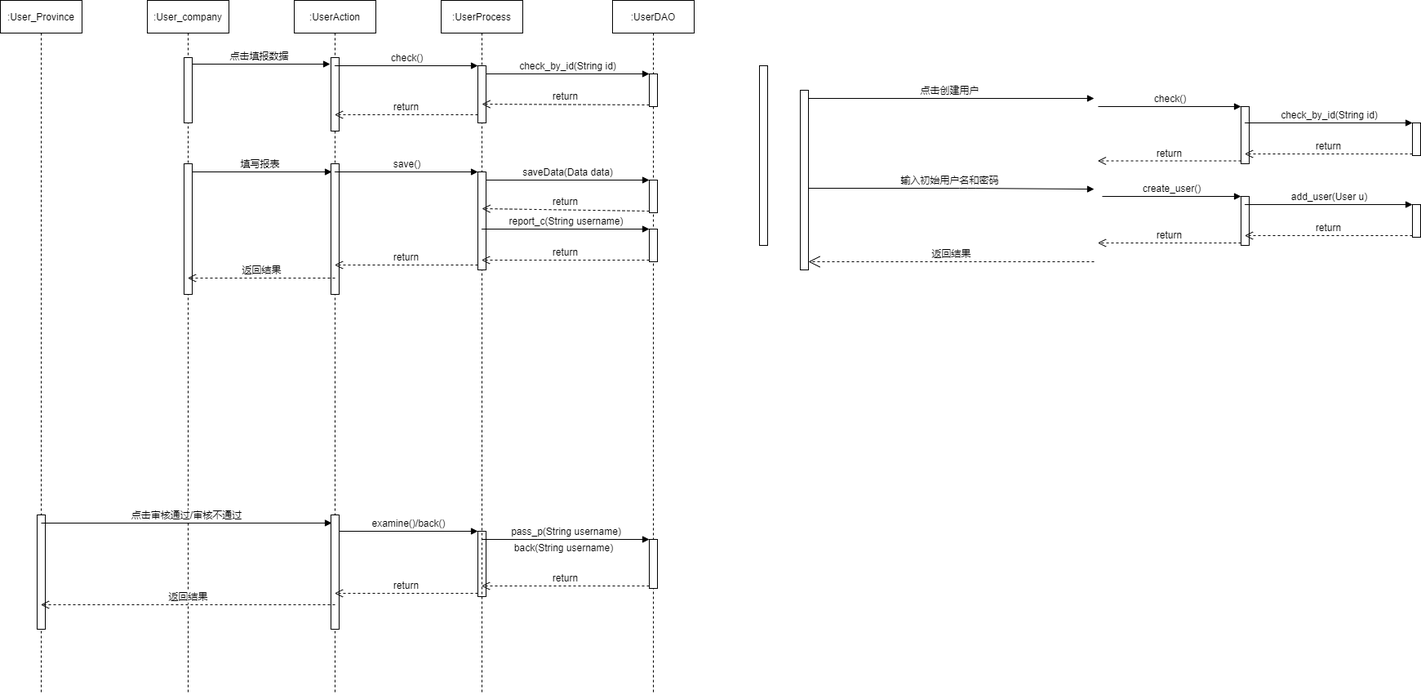
This is 顺序图 的副本.png from lzhenbit/Dictionary, a draw.io export, as it was before one commit. Source tidied: cells renumbered, new cells last; positions are measured from the earlier drawing's top-left corner, leaving out a move shared by most shapes.
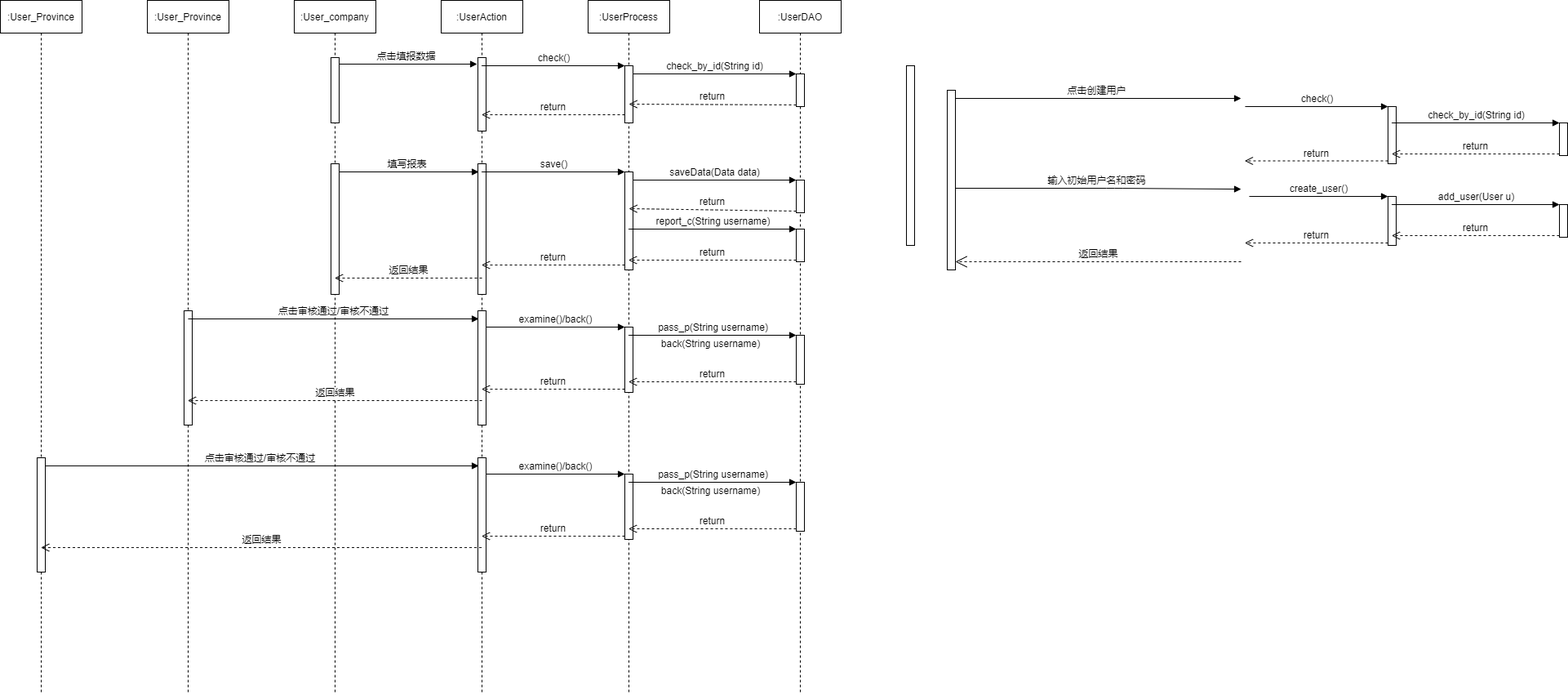
After the commit.

Commit message:
更新顺序图 的副本.png

Change to the diagram source:
```diff
@@ -2,6 +2,15 @@
   <root>
     <mxCell id="0" />
     <mxCell id="1" parent="0" />
+    <mxCell id="19" value=":UserProcess" style="shape=umlLifeline;perimeter=lifelinePerimeter;whiteSpace=wrap;html=1;" parent="1" vertex="1">
+      <mxGeometry x="540" width="100" height="850" as="geometry" />
+    </mxCell>
+    <mxCell id="20" style="html=1;points=[];perimeter=orthogonalPerimeter;" parent="19" vertex="1">
+      <mxGeometry x="45" y="80" width="10" height="70" as="geometry" />
+    </mxCell>
+    <mxCell id="21" style="html=1;points=[];perimeter=orthogonalPerimeter;" parent="19" vertex="1">
+      <mxGeometry x="45" y="210" width="10" height="120" as="geometry" />
+    </mxCell>
     <mxCell id="2" value="填写报表" style="html=1;verticalAlign=bottom;endArrow=block;" parent="1" edge="1">
       <mxGeometry relative="1" as="geometry">
         <mxPoint x="230" y="210" as="sourcePoint" />
@@ -17,7 +26,7 @@
       <mxGeometry width="100" height="850" as="geometry" />
     </mxCell>
     <mxCell id="5" style="html=1;perimeter=orthogonalPerimeter;" parent="4" vertex="1">
-      <mxGeometry x="45" y="630" width="10" height="140" as="geometry" />
+      <mxGeometry x="45" y="380" width="10" height="140" as="geometry" />
     </mxCell>
     <mxCell id="6" value=":User_company" style="shape=umlLifeline;perimeter=lifelinePerimeter;whiteSpace=wrap;html=1;" parent="1" vertex="1">
       <mxGeometry x="180" width="100" height="850" as="geometry" />
@@ -38,41 +47,35 @@
       <mxGeometry x="45" y="200" width="10" height="160" as="geometry" />
     </mxCell>
     <mxCell id="12" style="html=1;points=[];perimeter=orthogonalPerimeter;" parent="9" vertex="1">
-      <mxGeometry x="45" y="630" width="10" height="140" as="geometry" />
+      <mxGeometry x="45" y="380" width="10" height="140" as="geometry" />
     </mxCell>
     <mxCell id="13" style="html=1;points=[];perimeter=orthogonalPerimeter;" parent="9" vertex="1">
-      <mxGeometry x="225" y="650" width="10" height="80" as="geometry" />
+      <mxGeometry x="225" y="400" width="10" height="80" as="geometry" />
     </mxCell>
     <mxCell id="14" value="&lt;span lang=&quot;EN-US&quot;&gt;&lt;font style=&quot;font-size: 12px&quot;&gt;&lt;span lang=&quot;EN-US&quot;&gt;examine()&lt;/span&gt;/back()&lt;/font&gt;&lt;/span&gt;" style="html=1;verticalAlign=bottom;endArrow=block;entryX=0;entryY=0;" parent="9" edge="1" source="12" target="13">
       <mxGeometry relative="1" as="geometry" />
     </mxCell>
     <mxCell id="15" value="return" style="html=1;verticalAlign=bottom;endArrow=open;dashed=1;endSize=8;exitX=0;exitY=0.95;" parent="9" edge="1" source="13">
       <mxGeometry relative="1" as="geometry">
-        <mxPoint x="49.5" y="726" as="targetPoint" />
+        <mxPoint x="49.5" y="476" as="targetPoint" />
       </mxGeometry>
     </mxCell>
     <mxCell id="16" value="return" style="html=1;verticalAlign=bottom;endArrow=open;dashed=1;endSize=8;exitX=0;exitY=0.95;" parent="9" edge="1" source="26">
       <mxGeometry relative="1" as="geometry">
-        <mxPoint x="229.5" y="717" as="targetPoint" />
+        <mxPoint x="229.5" y="467" as="targetPoint" />
       </mxGeometry>
     </mxCell>
     <mxCell id="17" value="&lt;span lang=&quot;EN-US&quot;&gt;&lt;font style=&quot;font-size: 12px&quot;&gt;pass_p(String username)&lt;/font&gt;&lt;/span&gt;" style="html=1;verticalAlign=bottom;endArrow=block;entryX=0;entryY=0;" parent="9" edge="1" target="26">
       <mxGeometry relative="1" as="geometry">
-        <mxPoint x="229.5" y="660" as="sourcePoint" />
+        <mxPoint x="229.5" y="410" as="sourcePoint" />
       </mxGeometry>
     </mxCell>
     <mxCell id="18" value="&lt;span lang=&quot;EN-US&quot;&gt;&lt;font style=&quot;font-size: 12px&quot;&gt;back(String username)&lt;/font&gt;&lt;/span&gt;" style="text;html=1;align=center;verticalAlign=middle;" parent="9" vertex="1">
-      <mxGeometry x="260" y="660" width="140" height="20" as="geometry" />
+      <mxGeometry x="260" y="410" width="140" height="20" as="geometry" />
     </mxCell>
-    <mxCell id="19" value=":UserProcess" style="shape=umlLifeline;perimeter=lifelinePerimeter;whiteSpace=wrap;html=1;" parent="1" vertex="1">
-      <mxGeometry x="540" width="100" height="850" as="geometry" />
-    </mxCell>
-    <mxCell id="20" style="html=1;points=[];perimeter=orthogonalPerimeter;" parent="19" vertex="1">
-      <mxGeometry x="45" y="80" width="10" height="70" as="geometry" />
-    </mxCell>
-    <mxCell id="21" style="html=1;points=[];perimeter=orthogonalPerimeter;" parent="19" vertex="1">
-      <mxGeometry x="45" y="210" width="10" height="120" as="geometry" />
-    </mxCell>
+    <mxCell id="57" style="html=1;points=[];perimeter=orthogonalPerimeter;" parent="9" vertex="1">
+      <mxGeometry x="45" y="560" width="10" height="140" as="geometry" />
+    </mxCell>
     <mxCell id="22" value=":UserDAO" style="shape=umlLifeline;perimeter=lifelinePerimeter;whiteSpace=wrap;html=1;" parent="1" vertex="1">
       <mxGeometry x="750" width="100" height="850" as="geometry" />
     </mxCell>
@@ -86,7 +89,7 @@
       <mxGeometry x="45" y="280" width="10" height="40" as="geometry" />
     </mxCell>
     <mxCell id="26" style="html=1;points=[];perimeter=orthogonalPerimeter;" parent="22" vertex="1">
-      <mxGeometry x="45" y="660" width="10" height="60" as="geometry" />
+      <mxGeometry x="45" y="410" width="10" height="60" as="geometry" />
     </mxCell>
     <mxCell id="27" value="&lt;span lang=&quot;EN-US&quot;&gt;&lt;font style=&quot;font-size: 12px&quot;&gt;check()&lt;/font&gt;&lt;/span&gt;" style="html=1;verticalAlign=bottom;endArrow=block;entryX=0;entryY=0;" parent="1" edge="1" target="20">
       <mxGeometry relative="1" as="geometry">
@@ -147,12 +150,13 @@
     </mxCell>
     <mxCell id="38" value="点击审核通过/审核不通过" style="html=1;verticalAlign=bottom;endArrow=block;entryX=0.1;entryY=0.071;entryDx=0;entryDy=0;entryPerimeter=0;" parent="1" edge="1" target="12">
       <mxGeometry relative="1" as="geometry">
-        <mxPoint x="50" y="640" as="sourcePoint" />
+        <mxPoint x="50" y="390" as="sourcePoint" />
       </mxGeometry>
     </mxCell>
-    <mxCell id="39" value="返回结果" style="html=1;verticalAlign=bottom;endArrow=open;dashed=1;endSize=8;" parent="1" edge="1" target="4">
+    <mxCell id="39" value="返回结果" style="html=1;verticalAlign=bottom;endArrow=open;dashed=1;endSize=8;" parent="1" edge="1">
       <mxGeometry relative="1" as="geometry">
-        <mxPoint x="410" y="740" as="sourcePoint" />
+        <mxPoint x="410" y="490" as="sourcePoint" />
+        <mxPoint x="49.5" y="490" as="targetPoint" />
       </mxGeometry>
     </mxCell>
     <mxCell id="40" value="输入初始用户名和密码" style="html=1;verticalAlign=bottom;startArrow=oval;startFill=1;endArrow=block;startSize=8;entryX=0;entryY=0.505;entryDx=0;entryDy=0;entryPerimeter=0;" parent="1" edge="1">
@@ -236,5 +240,46 @@
     <mxCell id="56" style="html=1;perimeter=orthogonalPerimeter;" parent="1" vertex="1">
       <mxGeometry x="930" y="80" width="10" height="220" as="geometry" />
     </mxCell>
+    <mxCell id="58" value="点击审核通过/审核不通过" style="html=1;verticalAlign=bottom;endArrow=block;entryX=0.1;entryY=0.071;entryDx=0;entryDy=0;entryPerimeter=0;" parent="1" edge="1" source="59" target="57">
+      <mxGeometry relative="1" as="geometry" />
+    </mxCell>
+    <mxCell id="59" value=":User_Province" style="shape=umlLifeline;perimeter=lifelinePerimeter;whiteSpace=wrap;html=1;outlineConnect=0;" parent="1" vertex="1">
+      <mxGeometry x="-180" width="100" height="850" as="geometry" />
+    </mxCell>
+    <mxCell id="60" style="html=1;perimeter=orthogonalPerimeter;" parent="59" vertex="1">
+      <mxGeometry x="45" y="560" width="10" height="140" as="geometry" />
+    </mxCell>
+    <mxCell id="61" value="返回结果" style="html=1;verticalAlign=bottom;endArrow=open;dashed=1;endSize=8;" parent="1" edge="1" source="9">
+      <mxGeometry relative="1" as="geometry">
+        <mxPoint x="-130.2" y="670" as="targetPoint" />
+      </mxGeometry>
+    </mxCell>
+    <mxCell id="62" style="html=1;points=[];perimeter=orthogonalPerimeter;" parent="1" vertex="1">
+      <mxGeometry x="585" y="580" width="10" height="80" as="geometry" />
+    </mxCell>
+    <mxCell id="63" value="&lt;span lang=&quot;EN-US&quot;&gt;&lt;font style=&quot;font-size: 12px&quot;&gt;&lt;span lang=&quot;EN-US&quot;&gt;examine()&lt;/span&gt;/back()&lt;/font&gt;&lt;/span&gt;" style="html=1;verticalAlign=bottom;endArrow=block;entryX=0;entryY=0;" parent="1" edge="1" source="57" target="62">
+      <mxGeometry relative="1" as="geometry" />
+    </mxCell>
+    <mxCell id="64" value="return" style="html=1;verticalAlign=bottom;endArrow=open;dashed=1;endSize=8;exitX=0;exitY=0.95;" parent="1" edge="1" source="62">
+      <mxGeometry relative="1" as="geometry">
+        <mxPoint x="409.5" y="656" as="targetPoint" />
+      </mxGeometry>
+    </mxCell>
+    <mxCell id="65" value="return" style="html=1;verticalAlign=bottom;endArrow=open;dashed=1;endSize=8;exitX=0;exitY=0.95;" parent="1" edge="1" source="68">
+      <mxGeometry relative="1" as="geometry">
+        <mxPoint x="589.5" y="647" as="targetPoint" />
+      </mxGeometry>
+    </mxCell>
+    <mxCell id="66" value="&lt;span lang=&quot;EN-US&quot;&gt;&lt;font style=&quot;font-size: 12px&quot;&gt;pass_p(String username)&lt;/font&gt;&lt;/span&gt;" style="html=1;verticalAlign=bottom;endArrow=block;entryX=0;entryY=0;" parent="1" edge="1" target="68">
+      <mxGeometry relative="1" as="geometry">
+        <mxPoint x="589.5" y="590" as="sourcePoint" />
+      </mxGeometry>
+    </mxCell>
+    <mxCell id="67" value="&lt;span lang=&quot;EN-US&quot;&gt;&lt;font style=&quot;font-size: 12px&quot;&gt;back(String username)&lt;/font&gt;&lt;/span&gt;" style="text;html=1;align=center;verticalAlign=middle;" parent="1" vertex="1">
+      <mxGeometry x="620" y="590" width="140" height="20" as="geometry" />
+    </mxCell>
+    <mxCell id="68" style="html=1;points=[];perimeter=orthogonalPerimeter;" parent="1" vertex="1">
+      <mxGeometry x="795" y="590" width="10" height="60" as="geometry" />
+    </mxCell>
   </root>
 </mxGraphModel>
```
